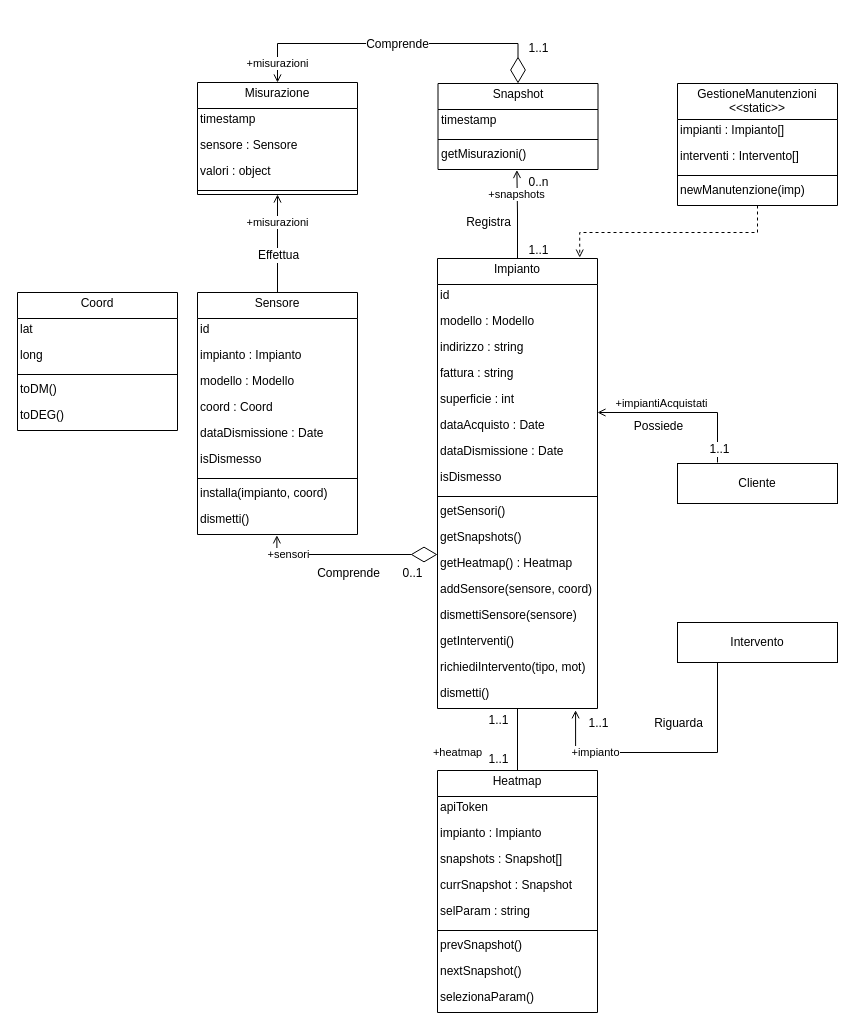
This is page "Impianto" (4 of 10) of deliverables/d3/.media/.drawio/classi.drawio from amanfucci/ardeeno-workondeliverables, a draw.io file, before an edit. Source tidied: cells renumbered, new cells numbered last; positions are measured from the earlier drawing's top-left corner, leaving out a move shared by most shapes. Both pictures are drawn from the tidied source at 100%, with x=0, y=0 at pixel (17, 82).
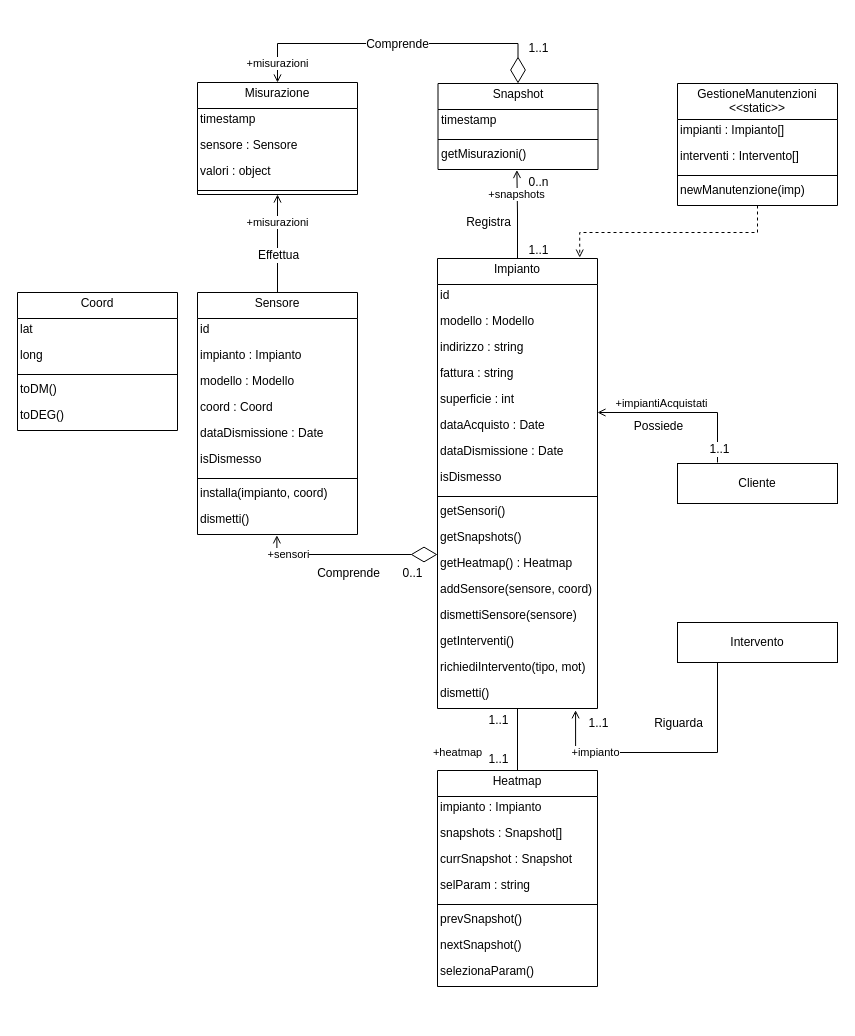
After the change.

The edit, as a diff of the source:
```diff
@@
     <mxCell id="10" value="Heatmap" style="swimlane;fontStyle=0;align=center;verticalAlign=top;horizontal=1;startSize=26;whiteSpace=wrap;spacing=-1;" parent="1" vertex="1">
-      <mxGeometry x="420" y="688" width="160" height="242" as="geometry" />
+      <mxGeometry x="420" y="688" width="160" height="216" as="geometry" />
     </mxCell>
-    <mxCell id="11" value="apiToken" style="text;strokeColor=none;fillColor=none;align=left;verticalAlign=top;spacingLeft=4;spacingRight=4;overflow=hidden;fontStyle=0;whiteSpace=wrap;spacing=-1;" parent="10" vertex="1">
-      <mxGeometry y="26" width="160" height="26" as="geometry" />
-    </mxCell>
     <mxCell id="12" value="impianto : Impianto" style="text;strokeColor=none;fillColor=none;align=left;verticalAlign=top;spacingLeft=4;spacingRight=4;overflow=hidden;fontStyle=0;whiteSpace=wrap;spacing=-1;" parent="10" vertex="1">
-      <mxGeometry y="52" width="160" height="26" as="geometry" />
+      <mxGeometry y="26" width="160" height="26" as="geometry" />
     </mxCell>
     <mxCell id="13" value="snapshots : Snapshot[]" style="text;strokeColor=none;fillColor=none;align=left;verticalAlign=top;spacingLeft=4;spacingRight=4;overflow=hidden;fontStyle=0;whiteSpace=wrap;spacing=-1;" parent="10" vertex="1">
-      <mxGeometry y="78" width="160" height="26" as="geometry" />
+      <mxGeometry y="52" width="160" height="26" as="geometry" />
     </mxCell>
     <mxCell id="14" value="currSnapshot : Snapshot" style="text;strokeColor=none;fillColor=none;align=left;verticalAlign=top;spacingLeft=4;spacingRight=4;overflow=hidden;fontStyle=0;whiteSpace=wrap;spacing=-1;" parent="10" vertex="1">
-      <mxGeometry y="104" width="160" height="26" as="geometry" />
+      <mxGeometry y="78" width="160" height="26" as="geometry" />
     </mxCell>
     <mxCell id="15" value="selParam : string" style="text;strokeColor=none;fillColor=none;align=left;verticalAlign=top;spacingLeft=4;spacingRight=4;overflow=hidden;fontStyle=0;whiteSpace=wrap;spacing=-1;" parent="10" vertex="1">
-      <mxGeometry y="130" width="160" height="26" as="geometry" />
+      <mxGeometry y="104" width="160" height="26" as="geometry" />
     </mxCell>
     <mxCell id="16" style="line;strokeWidth=1;fillColor=none;align=left;verticalAlign=middle;spacingTop=-1;spacingLeft=3;spacingRight=3;labelPosition=right;strokeColor=inherit;fontStyle=0;whiteSpace=wrap;spacing=-1;" parent="10" vertex="1">
-      <mxGeometry y="156" width="160" height="8" as="geometry" />
+      <mxGeometry y="130" width="160" height="8" as="geometry" />
     </mxCell>
     <mxCell id="17" value="prevSnapshot()" style="text;strokeColor=none;fillColor=none;align=left;verticalAlign=top;spacingLeft=4;spacingRight=4;overflow=hidden;fontStyle=0;whiteSpace=wrap;spacing=-1;" parent="10" vertex="1">
-      <mxGeometry y="164" width="160" height="26" as="geometry" />
+      <mxGeometry y="138" width="160" height="26" as="geometry" />
     </mxCell>
     <mxCell id="18" value="nextSnapshot()" style="text;strokeColor=none;fillColor=none;align=left;verticalAlign=top;spacingLeft=4;spacingRight=4;overflow=hidden;fontStyle=0;whiteSpace=wrap;spacing=-1;" parent="10" vertex="1">
-      <mxGeometry y="190" width="160" height="26" as="geometry" />
+      <mxGeometry y="164" width="160" height="26" as="geometry" />
     </mxCell>
     <mxCell id="19" value="selezionaParam()" style="text;strokeColor=none;fillColor=none;align=left;verticalAlign=top;spacingLeft=4;spacingRight=4;overflow=hidden;fontStyle=0;whiteSpace=wrap;spacing=-1;" parent="10" vertex="1">
-      <mxGeometry y="216" width="160" height="26" as="geometry" />
+      <mxGeometry y="190" width="160" height="26" as="geometry" />
     </mxCell>
```
